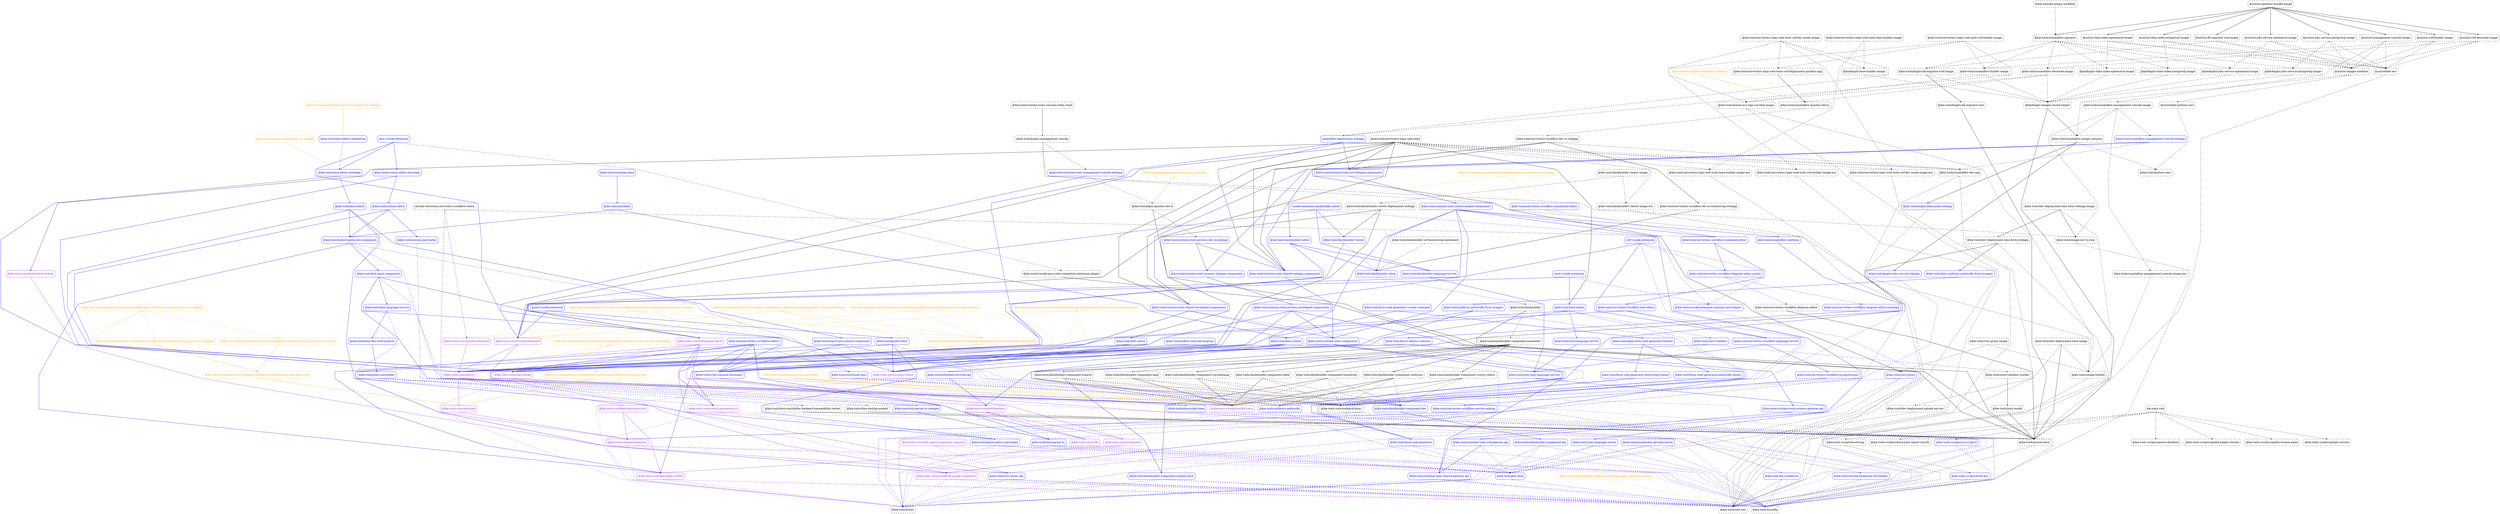
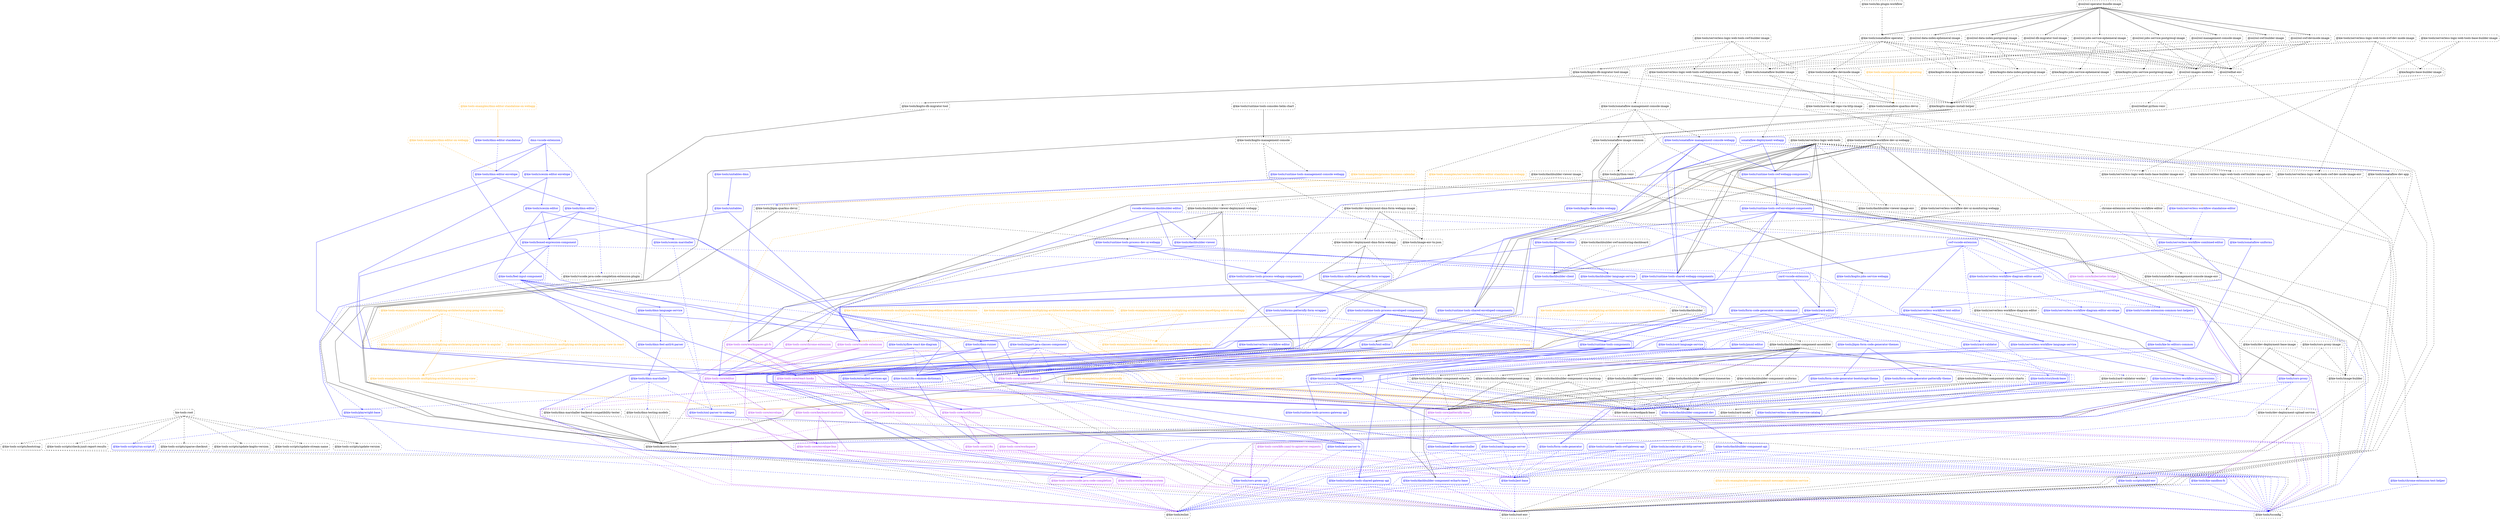
digraph G {
  graph [ ranksep =2, splines = "polyline", rankdir =TB, ordering = "out" ];
  node [ shape =box ];
  edge [ headport = "n", tailport = "s", arrowhead =dot, arrowsize =0.5 ];
  "kie-tools-root" [ color = "black", fontcolor = "black", style = "dashed, rounded" ];
  "@kie-tools-scripts/bootstrap" [ color = "black", fontcolor = "black", style = "dashed, rounded" ];
  "@kie-tools-scripts/check-junit-report-results" [ color = "black", fontcolor = "black", style = "dashed, rounded" ];
  "@kie-tools-scripts/run-script-if" [ color = "blue", fontcolor = "blue", style = "rounded" ];
  "@kie-tools-scripts/sparse-checkout" [ color = "black", fontcolor = "black", style = "dashed, rounded" ];
  "@kie-tools-scripts/update-kogito-version" [ color = "black", fontcolor = "black", style = "dashed, rounded" ];
  "@kie-tools-scripts/update-stream-name" [ color = "black", fontcolor = "black", style = "dashed, rounded" ];
  "@kie-tools-scripts/update-version" [ color = "black", fontcolor = "black", style = "dashed, rounded" ];
  "@kie-tools-examples/dmn-editor-on-webapp" [ color = "orange", fontcolor = "orange", style = "dashed, rounded" ];
  "@kie-tools/dmn-editor-envelope" [ color = "blue", fontcolor = "blue", style = "rounded" ];
  "@kie-tools-examples/dmn-editor-standalone-on-webapp" [ color = "orange", fontcolor = "orange", style = "dashed, rounded" ];
  "@kie-tools/dmn-editor-standalone" [ color = "blue", fontcolor = "blue", style = "rounded" ];
  "@kie-tools-examples/kie-sandbox-commit-message-validation-service" [ color = "orange", fontcolor = "orange", style = "dashed, rounded" ];
  "@kie-tools/root-env" [ color = "black", fontcolor = "black", style = "dashed, rounded" ];
  "@kie-tools-examples/micro-frontends-multiplying-architecture-base64png-editor" [ color = "orange", fontcolor = "orange", style = "dashed, rounded" ];
  "@kie-tools-core/editor" [ color = "purple", fontcolor = "purple", style = "rounded" ];
  "@kie-tools-examples/micro-frontends-multiplying-architecture-base64png-editor-chrome-extension" [ color = "orange", fontcolor = "orange", style = "dashed, rounded" ];
  "@kie-tools-core/chrome-extension" [ color = "purple", fontcolor = "purple", style = "rounded" ];
  "@kie-tools-core/webpack-base" [ color = "black", fontcolor = "black", style = "dashed, rounded" ];
  "@kie-tools-examples/micro-frontends-multiplying-architecture-base64png-editor-on-webapp" [ color = "orange", fontcolor = "orange", style = "dashed, rounded" ];
  "@kie-tools-core/react-hooks" [ color = "purple", fontcolor = "purple", style = "rounded" ];
  "kie-tools-examples-micro-frontends-multiplying-architecture-base64png-editor-vscode-extension" [ color = "orange", fontcolor = "orange", style = "dashed, rounded" ];
  "@kie-tools-core/vscode-extension" [ color = "purple", fontcolor = "purple", style = "rounded" ];
  "@kie-tools-examples/micro-frontends-multiplying-architecture-ping-pong-view" [ color = "orange", fontcolor = "orange", style = "dashed, rounded" ];
  "@kie-tools-core/envelope" [ color = "purple", fontcolor = "purple", style = "rounded" ];
  "@kie-tools-examples/micro-frontends-multiplying-architecture-ping-pong-view-in-angular" [ color = "orange", fontcolor = "orange", style = "dashed, rounded" ];
  "@kie-tools-examples/micro-frontends-multiplying-architecture-ping-pong-view-in-react" [ color = "orange", fontcolor = "orange", style = "dashed, rounded" ];
  "@kie-tools-examples/micro-frontends-multiplying-architecture-ping-pong-views-on-webapp" [ color = "orange", fontcolor = "orange", style = "dashed, rounded" ];
  "@kie-tools-examples/micro-frontends-multiplying-architecture-todo-list-view" [ color = "orange", fontcolor = "orange", style = "dashed, rounded" ];
  "@kie-tools-examples/micro-frontends-multiplying-architecture-todo-list-view-on-webapp" [ color = "orange", fontcolor = "orange", style = "dashed, rounded" ];
  "kie-tools-examples-micro-frontends-multiplying-architecture-todo-list-view-vscode-extension" [ color = "orange", fontcolor = "orange", style = "dashed, rounded" ];
  "@kie-tools-examples/process-business-calendar" [ color = "orange", fontcolor = "orange", style = "dashed, rounded" ];
  "@kie-tools/jbpm-quarkus-devui" [ color = "black", fontcolor = "black", style = "dashed, rounded" ];
  "@kie-tools-examples/serverless-workflow-editor-standalone-on-webapp" [ color = "orange", fontcolor = "orange", style = "dashed, rounded" ];
  "@kie-tools/serverless-workflow-standalone-editor" [ color = "blue", fontcolor = "blue", style = "rounded" ];
  "@kie-tools-examples/sonataflow-greeting" [ color = "orange", fontcolor = "orange", style = "dashed, rounded" ];
  "@kie-tools/sonataflow-quarkus-devui" [ color = "black", fontcolor = "black", style = "dashed, rounded" ];
  "@kie-tools-examples/uniforms-patternfly" [ color = "orange", fontcolor = "orange", style = "dashed, rounded" ];
  "@kie-tools-core/patternfly-base" [ color = "purple", fontcolor = "purple", style = "rounded" ];
  "@kie-tools/uniforms-patternfly" [ color = "blue", fontcolor = "blue", style = "rounded" ];
  "@kie-tools/accelerator-git-http-server" [ color = "blue", fontcolor = "blue", style = "rounded" ];
  "@kie-tools/eslint" [ color = "black", fontcolor = "black", style = "dashed, rounded" ];
  "@kie-tools/jest-base" [ color = "blue", fontcolor = "blue", style = "rounded" ];
  "@kie-tools/tsconfig" [ color = "black", fontcolor = "black", style = "dashed, rounded" ];
  "@kie-tools/boxed-expression-component" [ color = "blue", fontcolor = "blue", style = "rounded" ];
  "@kie-tools-core/operating-system" [ color = "purple", fontcolor = "purple", style = "rounded" ];
  "@kie-tools/feel-input-component" [ color = "blue", fontcolor = "blue", style = "rounded" ];
  "@kie-tools/playwright-base" [ color = "blue", fontcolor = "blue", style = "rounded" ];
  "@kie-tools/storybook-base" [ color = "blue", fontcolor = "blue", style = "rounded" ];
  "chrome-extension-serverless-workflow-editor" [ color = "black", fontcolor = "black", style = "dashed, rounded" ];
  "@kie-tools/chrome-extension-test-helper" [ color = "blue", fontcolor = "blue", style = "rounded" ];
  "@kie-tools/serverless-workflow-combined-editor" [ color = "blue", fontcolor = "blue", style = "rounded" ];
  "@kie-tools/cors-proxy" [ color = "blue", fontcolor = "blue", style = "rounded" ];
  "@kie-tools/cors-proxy-api" [ color = "blue", fontcolor = "blue", style = "rounded" ];
  "@kie-tools/cors-proxy-image" [ color = "black", fontcolor = "black", style = "dashed, rounded" ];
  "@kie-tools/image-builder" [ color = "black", fontcolor = "black", style = "dashed, rounded" ];
  "@kie-tools/dashbuilder" [ color = "black", fontcolor = "black", style = "dashed, rounded" ];
  "@kie-tools/maven-base" [ color = "black", fontcolor = "black", style = "dashed, rounded" ];
  "@kie-tools/dashbuilder-component-assembler" [ color = "black", fontcolor = "black", style = "dashed, rounded" ];
  "@kie-tools/dashbuilder-client" [ color = "blue", fontcolor = "blue", style = "rounded" ];
  "@kie-tools/dashbuilder-component-api" [ color = "blue", fontcolor = "blue", style = "rounded" ];
  "@kie-tools/dashbuilder-component-echarts" [ color = "black", fontcolor = "black", style = "dashed, rounded" ];
  "@kie-tools/dashbuilder-component-map" [ color = "black", fontcolor = "black", style = "dashed, rounded" ];
  "@kie-tools/dashbuilder-component-svg-heatmap" [ color = "black", fontcolor = "black", style = "dashed, rounded" ];
  "@kie-tools/dashbuilder-component-table" [ color = "black", fontcolor = "black", style = "dashed, rounded" ];
  "@kie-tools/dashbuilder-component-timeseries" [ color = "black", fontcolor = "black", style = "dashed, rounded" ];
  "@kie-tools/dashbuilder-component-uniforms" [ color = "black", fontcolor = "black", style = "dashed, rounded" ];
  "@kie-tools/dashbuilder-component-victory-charts" [ color = "black", fontcolor = "black", style = "dashed, rounded" ];
  "@kie-tools/dashbuilder-component-dev" [ color = "blue", fontcolor = "blue", style = "rounded" ];
  "@kie-tools/dashbuilder-component-echarts-base" [ color = "blue", fontcolor = "blue", style = "rounded" ];
  "@kie-tools/dashbuilder-editor" [ color = "blue", fontcolor = "blue", style = "rounded" ];
  "@kie-tools/dashbuilder-language-service" [ color = "blue", fontcolor = "blue", style = "rounded" ];
  "@kie-tools/json-yaml-language-service" [ color = "blue", fontcolor = "blue", style = "rounded" ];
  "@kie-tools/dashbuilder-swf-monitoring-dashboard" [ color = "black", fontcolor = "black", style = "dashed, rounded" ];
  "@kie-tools/dashbuilder-viewer" [ color = "blue", fontcolor = "blue", style = "rounded" ];
  "@kie-tools/dashbuilder-viewer-deployment-webapp" [ color = "black", fontcolor = "black", style = "dashed, rounded" ];
  "@kie-tools-core/workspaces-git-fs" [ color = "purple", fontcolor = "purple", style = "rounded" ];
  "@kie-tools/i18n-common-dictionary" [ color = "blue", fontcolor = "blue", style = "rounded" ];
  "@kie-tools/dashbuilder-viewer-image" [ color = "black", fontcolor = "black", style = "dashed, rounded" ];
  "@kie-tools/dashbuilder-viewer-image-env" [ color = "black", fontcolor = "black", style = "dashed, rounded" ];
  "@kie-tools/dev-deployment-base-image" [ color = "black", fontcolor = "black", style = "dashed, rounded" ];
  "@kie-tools/dev-deployment-upload-service" [ color = "black", fontcolor = "black", style = "dashed, rounded" ];
  "@kie-tools/dev-deployment-dmn-form-webapp" [ color = "black", fontcolor = "black", style = "dashed, rounded" ];
  "@kie-tools/dmn-uniforms-patternfly-form-wrapper" [ color = "blue", fontcolor = "blue", style = "rounded" ];
  "@kie-tools/dev-deployment-dmn-form-webapp-image" [ color = "black", fontcolor = "black", style = "dashed, rounded" ];
  "@kie-tools/image-env-to-json" [ color = "black", fontcolor = "black", style = "dashed, rounded" ];
  "@kie-tools/dmn-editor" [ color = "blue", fontcolor = "blue", style = "rounded" ];
  "@kie-tools/import-java-classes-component" [ color = "blue", fontcolor = "blue", style = "rounded" ];
  "@kie-tools/pmml-editor-marshaller" [ color = "blue", fontcolor = "blue", style = "rounded" ];
  "@kie-tools/dmn-feel-antlr4-parser" [ color = "blue", fontcolor = "blue", style = "rounded" ];
  "@kie-tools/dmn-marshaller" [ color = "blue", fontcolor = "blue", style = "rounded" ];
  "@kie-tools/dmn-language-service" [ color = "blue", fontcolor = "blue", style = "rounded" ];
  "@kie-tools-core/switch-expression-ts" [ color = "purple", fontcolor = "purple", style = "rounded" ];
  "@kie-tools/dmn-marshaller-backend-compatibility-tester" [ color = "black", fontcolor = "black", style = "dashed, rounded" ];
  "@kie-tools/dmn-testing-models" [ color = "black", fontcolor = "black", style = "dashed, rounded" ];
  "@kie-tools/xml-parser-ts-codegen" [ color = "blue", fontcolor = "blue", style = "rounded" ];
  "@kie-tools/dmn-runner" [ color = "blue", fontcolor = "blue", style = "rounded" ];
  "@kie-tools/extended-services-api" [ color = "blue", fontcolor = "blue", style = "rounded" ];
  "@kie-tools/uniforms-patternfly-form-wrapper" [ color = "blue", fontcolor = "blue", style = "rounded" ];
  "dmn-vscode-extension" [ color = "blue", fontcolor = "blue", style = "rounded" ];
  "@kie-tools/scesim-editor-envelope" [ color = "blue", fontcolor = "blue", style = "rounded" ];
  "@kie-tools/vscode-java-code-completion-extension-plugin" [ color = "black", fontcolor = "black", style = "dashed, rounded" ];
  "@kie-tools-core/keyboard-shortcuts" [ color = "purple", fontcolor = "purple", style = "rounded" ];
  "@kie-tools-core/notifications" [ color = "purple", fontcolor = "purple", style = "rounded" ];
  "@kie-tools-core/envelope-bus" [ color = "purple", fontcolor = "purple", style = "rounded" ];
  "@kie-tools-core/monaco-editor" [ color = "purple", fontcolor = "purple", style = "rounded" ];
  "@kie-tools/form-code-generator" [ color = "blue", fontcolor = "blue", style = "rounded" ];
  "@kie-tools/form-code-generator-bootstrap4-theme" [ color = "blue", fontcolor = "blue", style = "rounded" ];
  "@kie-tools/form-code-generator-patternfly-theme" [ color = "blue", fontcolor = "blue", style = "rounded" ];
  "@kie-tools/form-code-generator-vscode-command" [ color = "blue", fontcolor = "blue", style = "rounded" ];
  "@kie-tools/jbpm-form-code-generator-themes" [ color = "blue", fontcolor = "blue", style = "rounded" ];
  "@kie-tools-core/i18n" [ color = "purple", fontcolor = "purple", style = "rounded" ];
  "@kie-tools-core/vscode-java-code-completion" [ color = "purple", fontcolor = "purple", style = "rounded" ];
  "@kie-tools/runtime-tools-process-dev-ui-webapp" [ color = "blue", fontcolor = "blue", style = "rounded" ];
  "@kie-tools/yaml-language-server" [ color = "blue", fontcolor = "blue", style = "rounded" ];
  "@kie-tools-core/k8s-yaml-to-apiserver-requests" [ color = "purple", fontcolor = "purple", style = "rounded" ];
  "@kie-tools/kie-bc-editors-common" [ color = "blue", fontcolor = "blue", style = "rounded" ];
  "@kie-tools/kie-sandbox-fs" [ color = "blue", fontcolor = "blue", style = "rounded" ];
  "@kie-tools/kn-plugin-workflow" [ color = "black", fontcolor = "black", style = "dashed, rounded" ];
  "@kie-tools/sonataflow-operator" [ color = "black", fontcolor = "black", style = "dashed, rounded" ];
  "@kie/kogito-base-builder-image" [ color = "black", fontcolor = "black", style = "dashed, rounded" ];
  "@kie/kogito-images-install-helper" [ color = "black", fontcolor = "black", style = "dashed, rounded" ];
  "@kie/kogito-data-index-ephemeral-image" [ color = "black", fontcolor = "black", style = "dashed, rounded" ];
  "@kie/kogito-data-index-postgresql-image" [ color = "black", fontcolor = "black", style = "dashed, rounded" ];
  "@kie-tools/kogito-data-index-webapp" [ color = "blue", fontcolor = "blue", style = "rounded" ];
  "@kie-tools/kogito-db-migrator-tool" [ color = "black", fontcolor = "black", style = "dashed, rounded" ];
  "@kie-tools/kogito-db-migrator-tool-image" [ color = "black", fontcolor = "black", style = "dashed, rounded" ];
  "@kie-tools/sonataflow-image-common" [ color = "black", fontcolor = "black", style = "dashed, rounded" ];
  "@kie/kogito-jobs-service-ephemeral-image" [ color = "black", fontcolor = "black", style = "dashed, rounded" ];
  "@kie/kogito-jobs-service-postgresql-image" [ color = "black", fontcolor = "black", style = "dashed, rounded" ];
  "@kie-tools/kogito-jobs-service-webapp" [ color = "blue", fontcolor = "blue", style = "rounded" ];
  "@kie-tools/kogito-management-console" [ color = "black", fontcolor = "black", style = "dashed, rounded" ];
  "@kie-tools/runtime-tools-management-console-webapp" [ color = "blue", fontcolor = "blue", style = "rounded" ];
  "@kie-tools-core/kubernetes-bridge" [ color = "purple", fontcolor = "purple", style = "rounded" ];
  "@kie-tools/maven-m2-repo-via-http-image" [ color = "black", fontcolor = "black", style = "dashed, rounded" ];
  "@kie-tools-core/workspace" [ color = "purple", fontcolor = "purple", style = "rounded" ];
  "@osl/osl-data-index-ephemeral-image" [ color = "black", fontcolor = "black", style = "dashed, rounded" ];
  "@osl/osl-images-modules" [ color = "black", fontcolor = "black", style = "dashed, rounded" ];
  "@osl/redhat-env" [ color = "black", fontcolor = "black", style = "dashed, rounded" ];
  "@osl/osl-data-index-postgresql-image" [ color = "black", fontcolor = "black", style = "dashed, rounded" ];
  "@osl/osl-db-migrator-tool-image" [ color = "black", fontcolor = "black", style = "dashed, rounded" ];
  "@osl/redhat-python-venv" [ color = "black", fontcolor = "black", style = "dashed, rounded" ];
  "@osl/osl-jobs-service-ephemeral-image" [ color = "black", fontcolor = "black", style = "dashed, rounded" ];
  "@osl/osl-jobs-service-postgresql-image" [ color = "black", fontcolor = "black", style = "dashed, rounded" ];
  "@osl/osl-management-console-image" [ color = "black", fontcolor = "black", style = "dashed, rounded" ];
  "@kie-tools/sonataflow-management-console-image" [ color = "black", fontcolor = "black", style = "dashed, rounded" ];
  "@osl/osl-operator-bundle-image" [ color = "black", fontcolor = "black", style = "dashed, rounded" ];
  "@osl/osl-swf-builder-image" [ color = "black", fontcolor = "black", style = "dashed, rounded" ];
  "@osl/osl-swf-devmode-image" [ color = "black", fontcolor = "black", style = "dashed, rounded" ];
  "@kie-tools/sonataflow-builder-image" [ color = "black", fontcolor = "black", style = "dashed, rounded" ];
  "@kie-tools/sonataflow-devmode-image" [ color = "black", fontcolor = "black", style = "dashed, rounded" ];
  "@kie-tools/pmml-editor" [ color = "blue", fontcolor = "blue", style = "rounded" ];
-   "pmml-vscode-extension" [ color = "blue", fontcolor = "blue", style = "rounded" ];
  "@kie-tools/python-venv" [ color = "black", fontcolor = "black", style = "dashed, rounded" ];
  "@kie-tools/runtime-tools-components" [ color = "blue", fontcolor = "blue", style = "rounded" ];
  "@kie-tools/runtime-tools-shared-gateway-api" [ color = "blue", fontcolor = "blue", style = "rounded" ];
  "@kie-tools/runtime-tools-consoles-helm-chart" [ color = "black", fontcolor = "black", style = "dashed, rounded" ];
  "@kie-tools/runtime-tools-process-webapp-components" [ color = "blue", fontcolor = "blue", style = "rounded" ];
  "@kie-tools/runtime-tools-shared-webapp-components" [ color = "blue", fontcolor = "blue", style = "rounded" ];
  "@kie-tools/runtime-tools-process-enveloped-components" [ color = "blue", fontcolor = "blue", style = "rounded" ];
  "@kie-tools/runtime-tools-process-gateway-api" [ color = "blue", fontcolor = "blue", style = "rounded" ];
  "@kie-tools/runtime-tools-shared-enveloped-components" [ color = "blue", fontcolor = "blue", style = "rounded" ];
  "@kie-tools/runtime-tools-swf-enveloped-components" [ color = "blue", fontcolor = "blue", style = "rounded" ];
  "@kie-tools/runtime-tools-swf-gateway-api" [ color = "blue", fontcolor = "blue", style = "rounded" ];
  "@kie-tools/sonataflow-uniforms" [ color = "blue", fontcolor = "blue", style = "rounded" ];
  "@kie-tools/runtime-tools-swf-webapp-components" [ color = "blue", fontcolor = "blue", style = "rounded" ];
  "@kie-tools/scesim-editor" [ color = "blue", fontcolor = "blue", style = "rounded" ];
  "@kie-tools/scesim-marshaller" [ color = "blue", fontcolor = "blue", style = "rounded" ];
  "@kie-tools/serverless-logic-web-tools" [ color = "black", fontcolor = "black", style = "dashed, rounded" ];
  "@kie-tools/text-editor" [ color = "blue", fontcolor = "blue", style = "rounded" ];
  "@kie-tools/yard-editor" [ color = "blue", fontcolor = "blue", style = "rounded" ];
  "@kie-tools/serverless-logic-web-tools-base-builder-image-env" [ color = "black", fontcolor = "black", style = "dashed, rounded" ];
  "@kie-tools/serverless-logic-web-tools-swf-builder-image-env" [ color = "black", fontcolor = "black", style = "dashed, rounded" ];
  "@kie-tools/serverless-logic-web-tools-swf-dev-mode-image-env" [ color = "black", fontcolor = "black", style = "dashed, rounded" ];
  "@kie-tools/sonataflow-dev-app" [ color = "black", fontcolor = "black", style = "dashed, rounded" ];
  "@kie-tools/serverless-logic-web-tools-base-builder-image" [ color = "black", fontcolor = "black", style = "dashed, rounded" ];
  "@kie-tools/serverless-logic-web-tools-swf-builder-image" [ color = "black", fontcolor = "black", style = "dashed, rounded" ];
  "@kie-tools/serverless-logic-web-tools-swf-deployment-quarkus-app" [ color = "black", fontcolor = "black", style = "dashed, rounded" ];
  "sonataflow-deployment-webapp" [ color = "blue", fontcolor = "blue", style = "rounded" ];
  "@kie-tools/serverless-logic-web-tools-swf-dev-mode-image" [ color = "black", fontcolor = "black", style = "dashed, rounded" ];
  "@kie-tools/serverless-workflow-diagram-editor-assets" [ color = "blue", fontcolor = "blue", style = "rounded" ];
  "@kie-tools/serverless-workflow-text-editor" [ color = "blue", fontcolor = "blue", style = "rounded" ];
  "@kie-tools/serverless-workflow-dev-ui-monitoring-webapp" [ color = "black", fontcolor = "black", style = "dashed, rounded" ];
  "@kie-tools/serverless-workflow-dev-ui-webapp" [ color = "black", fontcolor = "black", style = "dashed, rounded" ];
  "@kie-tools/serverless-workflow-diagram-editor" [ color = "black", fontcolor = "black", style = "dashed, rounded" ];
  "@kie-tools/serverless-workflow-diagram-editor-envelope" [ color = "blue", fontcolor = "blue", style = "rounded" ];
  "@kie-tools/serverless-workflow-editor" [ color = "blue", fontcolor = "blue", style = "rounded" ];
  "@kie-tools/xml-parser-ts" [ color = "blue", fontcolor = "blue", style = "rounded" ];
  "@kie-tools/serverless-workflow-jq-expressions" [ color = "blue", fontcolor = "blue", style = "rounded" ];
  "@kie-tools/serverless-workflow-service-catalog" [ color = "blue", fontcolor = "blue", style = "rounded" ];
  "@kie-tools/serverless-workflow-language-service" [ color = "blue", fontcolor = "blue", style = "rounded" ];
  "swf-vscode-extension" [ color = "blue", fontcolor = "blue", style = "rounded" ];
  "@kie-tools/vscode-extension-common-test-helpers" [ color = "blue", fontcolor = "blue", style = "rounded" ];
  "@kie-tools/sonataflow-management-console-image-env" [ color = "black", fontcolor = "black", style = "dashed, rounded" ];
  "@kie-tools/sonataflow-management-console-webapp" [ color = "blue", fontcolor = "blue", style = "rounded" ];
  "@kie-tools/unitables" [ color = "blue", fontcolor = "blue", style = "rounded" ];
  "@kie-tools/unitables-dmn" [ color = "blue", fontcolor = "blue", style = "rounded" ];
  "vscode-extension-dashbuilder-editor" [ color = "blue", fontcolor = "blue", style = "rounded" ];
  "@kie-tools/xyflow-react-kie-diagram" [ color = "blue", fontcolor = "blue", style = "rounded" ];
  "@kie-tools/yard-language-service" [ color = "blue", fontcolor = "blue", style = "rounded" ];
  "@kie-tools/yard-validator" [ color = "blue", fontcolor = "blue", style = "rounded" ];
  "@kie-tools/yard-model" [ color = "black", fontcolor = "black", style = "dashed, rounded" ];
  "@kie-tools/yard-validator-worker" [ color = "black", fontcolor = "black", style = "dashed, rounded" ];
  "yard-vscode-extension" [ color = "blue", fontcolor = "blue", style = "rounded" ];
  "@kie-tools-scripts/build-env" [ color = "blue", fontcolor = "blue", style = "rounded" ];
  "kie-tools-root" -> "@kie-tools-scripts/bootstrap" [ style = "dashed", color = "black" ];
  "kie-tools-root" -> "@kie-tools-scripts/check-junit-report-results" [ style = "dashed", color = "black" ];
  "kie-tools-root" -> "@kie-tools-scripts/run-script-if" [ style = "dashed", color = "black" ];
  "kie-tools-root" -> "@kie-tools-scripts/sparse-checkout" [ style = "dashed", color = "black" ];
  "kie-tools-root" -> "@kie-tools-scripts/update-kogito-version" [ style = "dashed", color = "black" ];
  "kie-tools-root" -> "@kie-tools-scripts/update-stream-name" [ style = "dashed", color = "black" ];
  "kie-tools-root" -> "@kie-tools-scripts/update-version" [ style = "dashed", color = "black" ];
  "@kie-tools-examples/dmn-editor-on-webapp" -> "@kie-tools/dmn-editor-envelope" [ style = "dashed", color = "orange" ];
  "@kie-tools-examples/dmn-editor-standalone-on-webapp" -> "@kie-tools/dmn-editor-standalone" [ style = "solid", color = "orange" ];
  "@kie-tools-examples/kie-sandbox-commit-message-validation-service" -> "@kie-tools/root-env" [ style = "dashed", color = "orange" ];
  "@kie-tools-examples/micro-frontends-multiplying-architecture-base64png-editor" -> "@kie-tools-core/editor" [ style = "solid", color = "orange" ];
  "@kie-tools-examples/micro-frontends-multiplying-architecture-base64png-editor-chrome-extension" -> "@kie-tools-core/chrome-extension" [ style = "dashed", color = "orange" ];
  "@kie-tools-examples/micro-frontends-multiplying-architecture-base64png-editor-chrome-extension" -> "@kie-tools-core/webpack-base" [ style = "dashed", color = "orange" ];
  "@kie-tools-examples/micro-frontends-multiplying-architecture-base64png-editor-chrome-extension" -> "@kie-tools-examples/micro-frontends-multiplying-architecture-base64png-editor" [ style = "dashed", color = "orange" ];
  "@kie-tools-examples/micro-frontends-multiplying-architecture-base64png-editor-on-webapp" -> "@kie-tools-core/react-hooks" [ style = "dashed", color = "orange" ];
  "@kie-tools-examples/micro-frontends-multiplying-architecture-base64png-editor-on-webapp" -> "@kie-tools-core/webpack-base" [ style = "dashed", color = "orange" ];
  "@kie-tools-examples/micro-frontends-multiplying-architecture-base64png-editor-on-webapp" -> "@kie-tools-examples/micro-frontends-multiplying-architecture-base64png-editor" [ style = "dashed", color = "orange" ];
  "kie-tools-examples-micro-frontends-multiplying-architecture-base64png-editor-vscode-extension" -> "@kie-tools-core/vscode-extension" [ style = "dashed", color = "orange" ];
  "kie-tools-examples-micro-frontends-multiplying-architecture-base64png-editor-vscode-extension" -> "@kie-tools-core/webpack-base" [ style = "dashed", color = "orange" ];
  "kie-tools-examples-micro-frontends-multiplying-architecture-base64png-editor-vscode-extension" -> "@kie-tools-examples/micro-frontends-multiplying-architecture-base64png-editor" [ style = "dashed", color = "orange" ];
  "@kie-tools-examples/micro-frontends-multiplying-architecture-ping-pong-view" -> "@kie-tools-core/envelope" [ style = "solid", color = "orange" ];
  "@kie-tools-examples/micro-frontends-multiplying-architecture-ping-pong-view-in-angular" -> "@kie-tools-examples/micro-frontends-multiplying-architecture-ping-pong-view" [ style = "solid", color = "orange" ];
  "@kie-tools-examples/micro-frontends-multiplying-architecture-ping-pong-view-in-react" -> "@kie-tools-examples/micro-frontends-multiplying-architecture-ping-pong-view" [ style = "solid", color = "orange" ];
  "@kie-tools-examples/micro-frontends-multiplying-architecture-ping-pong-views-on-webapp" -> "@kie-tools-core/editor" [ style = "dashed", color = "orange" ];
  "@kie-tools-examples/micro-frontends-multiplying-architecture-ping-pong-views-on-webapp" -> "@kie-tools-core/react-hooks" [ style = "dashed", color = "orange" ];
  "@kie-tools-examples/micro-frontends-multiplying-architecture-ping-pong-views-on-webapp" -> "@kie-tools-core/webpack-base" [ style = "dashed", color = "orange" ];
  "@kie-tools-examples/micro-frontends-multiplying-architecture-ping-pong-views-on-webapp" -> "@kie-tools-examples/micro-frontends-multiplying-architecture-ping-pong-view-in-angular" [ style = "dashed", color = "orange" ];
  "@kie-tools-examples/micro-frontends-multiplying-architecture-ping-pong-views-on-webapp" -> "@kie-tools-examples/micro-frontends-multiplying-architecture-ping-pong-view-in-react" [ style = "dashed", color = "orange" ];
  "@kie-tools-examples/micro-frontends-multiplying-architecture-todo-list-view" -> "@kie-tools-core/envelope" [ style = "solid", color = "orange" ];
  "@kie-tools-examples/micro-frontends-multiplying-architecture-todo-list-view-on-webapp" -> "@kie-tools-core/editor" [ style = "dashed", color = "orange" ];
  "@kie-tools-examples/micro-frontends-multiplying-architecture-todo-list-view-on-webapp" -> "@kie-tools-core/react-hooks" [ style = "dashed", color = "orange" ];
  "@kie-tools-examples/micro-frontends-multiplying-architecture-todo-list-view-on-webapp" -> "@kie-tools-core/webpack-base" [ style = "dashed", color = "orange" ];
  "@kie-tools-examples/micro-frontends-multiplying-architecture-todo-list-view-on-webapp" -> "@kie-tools-examples/micro-frontends-multiplying-architecture-todo-list-view" [ style = "dashed", color = "orange" ];
  "kie-tools-examples-micro-frontends-multiplying-architecture-todo-list-view-vscode-extension" -> "@kie-tools-core/vscode-extension" [ style = "dashed", color = "orange" ];
  "kie-tools-examples-micro-frontends-multiplying-architecture-todo-list-view-vscode-extension" -> "@kie-tools-core/webpack-base" [ style = "dashed", color = "orange" ];
  "kie-tools-examples-micro-frontends-multiplying-architecture-todo-list-view-vscode-extension" -> "@kie-tools-examples/micro-frontends-multiplying-architecture-todo-list-view" [ style = "dashed", color = "orange" ];
  "@kie-tools-examples/process-business-calendar" -> "@kie-tools/jbpm-quarkus-devui" [ style = "solid", color = "orange" ];
  "@kie-tools-examples/serverless-workflow-editor-standalone-on-webapp" -> "@kie-tools-core/react-hooks" [ style = "dashed", color = "orange" ];
  "@kie-tools-examples/serverless-workflow-editor-standalone-on-webapp" -> "@kie-tools/serverless-workflow-standalone-editor" [ style = "dashed", color = "orange" ];
  "@kie-tools-examples/sonataflow-greeting" -> "@kie-tools/sonataflow-quarkus-devui" [ style = "solid", color = "orange" ];
  "@kie-tools-examples/uniforms-patternfly" -> "@kie-tools-core/patternfly-base" [ style = "solid", color = "orange" ];
  "@kie-tools-examples/uniforms-patternfly" -> "@kie-tools/uniforms-patternfly" [ style = "solid", color = "orange" ];
  "@kie-tools-examples/uniforms-patternfly" -> "@kie-tools-core/webpack-base" [ style = "dashed", color = "orange" ];
  "@kie-tools/accelerator-git-http-server" -> "@kie-tools/eslint" [ style = "dashed", color = "blue" ];
  "@kie-tools/accelerator-git-http-server" -> "@kie-tools/jest-base" [ style = "dashed", color = "blue" ];
  "@kie-tools/accelerator-git-http-server" -> "@kie-tools/tsconfig" [ style = "dashed", color = "blue" ];
  "@kie-tools/boxed-expression-component" -> "@kie-tools-core/operating-system" [ style = "solid", color = "blue" ];
  "@kie-tools/boxed-expression-component" -> "@kie-tools/feel-input-component" [ style = "solid", color = "blue" ];
  "@kie-tools/boxed-expression-component" -> "@kie-tools/playwright-base" [ style = "dashed", color = "blue" ];
  "@kie-tools/boxed-expression-component" -> "@kie-tools/storybook-base" [ style = "dashed", color = "blue" ];
  "@kie-tools-core/chrome-extension" -> "@kie-tools-core/editor" [ style = "solid", color = "purple" ];
  "chrome-extension-serverless-workflow-editor" -> "@kie-tools-core/chrome-extension" [ style = "dashed", color = "black" ];
  "chrome-extension-serverless-workflow-editor" -> "@kie-tools/chrome-extension-test-helper" [ style = "dashed", color = "black" ];
  "chrome-extension-serverless-workflow-editor" -> "@kie-tools/serverless-workflow-combined-editor" [ style = "dashed", color = "black" ];
  "@kie-tools/chrome-extension-test-helper" -> "@kie-tools/tsconfig" [ style = "dashed", color = "blue" ];
  "@kie-tools/cors-proxy" -> "@kie-tools-core/webpack-base" [ style = "dashed", color = "blue" ];
  "@kie-tools/cors-proxy" -> "@kie-tools/cors-proxy-api" [ style = "dashed", color = "blue" ];
  "@kie-tools/cors-proxy" -> "@kie-tools/jest-base" [ style = "dashed", color = "blue" ];
  "@kie-tools/cors-proxy-api" -> "@kie-tools/eslint" [ style = "dashed", color = "blue" ];
  "@kie-tools/cors-proxy-api" -> "@kie-tools/root-env" [ style = "dashed", color = "blue" ];
  "@kie-tools/cors-proxy-api" -> "@kie-tools/tsconfig" [ style = "dashed", color = "blue" ];
  "@kie-tools/cors-proxy-image" -> "@kie-tools/cors-proxy" [ style = "dashed", color = "black" ];
  "@kie-tools/cors-proxy-image" -> "@kie-tools/image-builder" [ style = "dashed", color = "black" ];
  "@kie-tools/dashbuilder" -> "@kie-tools/maven-base" [ style = "solid", color = "black" ];
  "@kie-tools/dashbuilder" -> "@kie-tools/dashbuilder-component-assembler" [ style = "dashed", color = "black" ];
  "@kie-tools/dashbuilder-client" -> "@kie-tools/dashbuilder" [ style = "dashed", color = "blue" ];
  "@kie-tools/dashbuilder-component-api" -> "@kie-tools/eslint" [ style = "dashed", color = "blue" ];
  "@kie-tools/dashbuilder-component-api" -> "@kie-tools/jest-base" [ style = "dashed", color = "blue" ];
  "@kie-tools/dashbuilder-component-api" -> "@kie-tools/tsconfig" [ style = "dashed", color = "blue" ];
  "@kie-tools/dashbuilder-component-assembler" -> "@kie-tools/dashbuilder-component-echarts" [ style = "solid", color = "black" ];
  "@kie-tools/dashbuilder-component-assembler" -> "@kie-tools/dashbuilder-component-map" [ style = "solid", color = "black" ];
  "@kie-tools/dashbuilder-component-assembler" -> "@kie-tools/dashbuilder-component-svg-heatmap" [ style = "solid", color = "black" ];
  "@kie-tools/dashbuilder-component-assembler" -> "@kie-tools/dashbuilder-component-table" [ style = "solid", color = "black" ];
  "@kie-tools/dashbuilder-component-assembler" -> "@kie-tools/dashbuilder-component-timeseries" [ style = "solid", color = "black" ];
  "@kie-tools/dashbuilder-component-assembler" -> "@kie-tools/dashbuilder-component-uniforms" [ style = "solid", color = "black" ];
  "@kie-tools/dashbuilder-component-assembler" -> "@kie-tools/dashbuilder-component-victory-charts" [ style = "solid", color = "black" ];
  "@kie-tools/dashbuilder-component-dev" -> "@kie-tools/dashbuilder-component-api" [ style = "solid", color = "blue" ];
  "@kie-tools/dashbuilder-component-echarts" -> "@kie-tools/dashbuilder-component-echarts-base" [ style = "solid", color = "black" ];
  "@kie-tools/dashbuilder-component-echarts" -> "@kie-tools-core/patternfly-base" [ style = "dashed", color = "black" ];
  "@kie-tools/dashbuilder-component-echarts" -> "@kie-tools-core/webpack-base" [ style = "dashed", color = "black" ];
  "@kie-tools/dashbuilder-component-echarts" -> "@kie-tools/dashbuilder-component-dev" [ style = "dashed", color = "black" ];
  "@kie-tools/dashbuilder-component-echarts-base" -> "@kie-tools/eslint" [ style = "dashed", color = "blue" ];
  "@kie-tools/dashbuilder-component-echarts-base" -> "@kie-tools/root-env" [ style = "dashed", color = "blue" ];
  "@kie-tools/dashbuilder-component-echarts-base" -> "@kie-tools/tsconfig" [ style = "dashed", color = "blue" ];
  "@kie-tools/dashbuilder-component-map" -> "@kie-tools-core/patternfly-base" [ style = "solid", color = "black" ];
  "@kie-tools/dashbuilder-component-map" -> "@kie-tools-core/webpack-base" [ style = "dashed", color = "black" ];
  "@kie-tools/dashbuilder-component-map" -> "@kie-tools/dashbuilder-component-dev" [ style = "dashed", color = "black" ];
  "@kie-tools/dashbuilder-component-svg-heatmap" -> "@kie-tools-core/patternfly-base" [ style = "solid", color = "black" ];
  "@kie-tools/dashbuilder-component-svg-heatmap" -> "@kie-tools-core/webpack-base" [ style = "dashed", color = "black" ];
  "@kie-tools/dashbuilder-component-svg-heatmap" -> "@kie-tools/dashbuilder-component-dev" [ style = "dashed", color = "black" ];
  "@kie-tools/dashbuilder-component-table" -> "@kie-tools-core/patternfly-base" [ style = "solid", color = "black" ];
  "@kie-tools/dashbuilder-component-table" -> "@kie-tools-core/webpack-base" [ style = "dashed", color = "black" ];
  "@kie-tools/dashbuilder-component-table" -> "@kie-tools/dashbuilder-component-dev" [ style = "dashed", color = "black" ];
  "@kie-tools/dashbuilder-component-timeseries" -> "@kie-tools/dashbuilder-component-echarts-base" [ style = "solid", color = "black" ];
  "@kie-tools/dashbuilder-component-timeseries" -> "@kie-tools-core/patternfly-base" [ style = "dashed", color = "black" ];
  "@kie-tools/dashbuilder-component-timeseries" -> "@kie-tools-core/webpack-base" [ style = "dashed", color = "black" ];
  "@kie-tools/dashbuilder-component-timeseries" -> "@kie-tools/dashbuilder-component-dev" [ style = "dashed", color = "black" ];
  "@kie-tools/dashbuilder-component-uniforms" -> "@kie-tools-core/patternfly-base" [ style = "solid", color = "black" ];
  "@kie-tools/dashbuilder-component-uniforms" -> "@kie-tools/uniforms-patternfly" [ style = "solid", color = "black" ];
  "@kie-tools/dashbuilder-component-uniforms" -> "@kie-tools-core/webpack-base" [ style = "dashed", color = "black" ];
  "@kie-tools/dashbuilder-component-uniforms" -> "@kie-tools/dashbuilder-component-dev" [ style = "dashed", color = "black" ];
  "@kie-tools/dashbuilder-component-victory-charts" -> "@kie-tools-core/patternfly-base" [ style = "solid", color = "black" ];
  "@kie-tools/dashbuilder-component-victory-charts" -> "@kie-tools-core/webpack-base" [ style = "dashed", color = "black" ];
  "@kie-tools/dashbuilder-component-victory-charts" -> "@kie-tools/dashbuilder-component-dev" [ style = "dashed", color = "black" ];
  "@kie-tools/dashbuilder-editor" -> "@kie-tools-core/editor" [ style = "solid", color = "blue" ];
  "@kie-tools/dashbuilder-editor" -> "@kie-tools/dashbuilder-client" [ style = "solid", color = "blue" ];
  "@kie-tools/dashbuilder-editor" -> "@kie-tools/dashbuilder-language-service" [ style = "solid", color = "blue" ];
  "@kie-tools/dashbuilder-language-service" -> "@kie-tools/json-yaml-language-service" [ style = "solid", color = "blue" ];
  "@kie-tools/dashbuilder-swf-monitoring-dashboard" -> "@kie-tools/dashbuilder-client" [ style = "dashed", color = "black" ];
  "@kie-tools/dashbuilder-viewer" -> "@kie-tools-core/editor" [ style = "solid", color = "blue" ];
  "@kie-tools/dashbuilder-viewer" -> "@kie-tools/dashbuilder-client" [ style = "dashed", color = "blue" ];
  "@kie-tools/dashbuilder-viewer-deployment-webapp" -> "@kie-tools-core/workspaces-git-fs" [ style = "solid", color = "black" ];
  "@kie-tools/dashbuilder-viewer-deployment-webapp" -> "@kie-tools/dashbuilder-viewer" [ style = "solid", color = "black" ];
  "@kie-tools/dashbuilder-viewer-deployment-webapp" -> "@kie-tools/i18n-common-dictionary" [ style = "solid", color = "black" ];
  "@kie-tools/dashbuilder-viewer-image" -> "@kie-tools/dashbuilder-viewer-deployment-webapp" [ style = "dashed", color = "black" ];
  "@kie-tools/dashbuilder-viewer-image" -> "@kie-tools/dashbuilder-viewer-image-env" [ style = "dashed", color = "black" ];
  "@kie-tools/dashbuilder-viewer-image-env" -> "@kie-tools/root-env" [ style = "dashed", color = "black" ];
  "@kie-tools/dev-deployment-base-image" -> "@kie-tools/maven-base" [ style = "solid", color = "black" ];
  "@kie-tools/dev-deployment-base-image" -> "@kie-tools/dev-deployment-upload-service" [ style = "dashed", color = "black" ];
  "@kie-tools/dev-deployment-base-image" -> "@kie-tools/image-builder" [ style = "dashed", color = "black" ];
  "@kie-tools/dev-deployment-dmn-form-webapp" -> "@kie-tools-core/patternfly-base" [ style = "solid", color = "black" ];
  "@kie-tools/dev-deployment-dmn-form-webapp" -> "@kie-tools/dmn-uniforms-patternfly-form-wrapper" [ style = "solid", color = "black" ];
  "@kie-tools/dev-deployment-dmn-form-webapp" -> "@kie-tools/maven-base" [ style = "dashed", color = "black" ];
  "@kie-tools/dev-deployment-dmn-form-webapp-image" -> "@kie-tools/dev-deployment-dmn-form-webapp" [ style = "solid", color = "black" ];
  "@kie-tools/dev-deployment-dmn-form-webapp-image" -> "@kie-tools/image-env-to-json" [ style = "solid", color = "black" ];
  "@kie-tools/dev-deployment-dmn-form-webapp-image" -> "@kie-tools/image-builder" [ style = "dashed", color = "black" ];
  "@kie-tools/dev-deployment-upload-service" -> "@kie-tools/jest-base" [ style = "dashed", color = "black" ];
  "@kie-tools/dmn-editor" -> "@kie-tools-core/react-hooks" [ style = "solid", color = "blue" ];
  "@kie-tools/dmn-editor" -> "@kie-tools/boxed-expression-component" [ style = "solid", color = "blue" ];
  "@kie-tools/dmn-editor" -> "@kie-tools/import-java-classes-component" [ style = "solid", color = "blue" ];
  "@kie-tools/dmn-editor" -> "@kie-tools/pmml-editor-marshaller" [ style = "solid", color = "blue" ];
  "@kie-tools/dmn-editor-envelope" -> "@kie-tools-core/editor" [ style = "solid", color = "blue" ];
  "@kie-tools/dmn-editor-envelope" -> "@kie-tools/dmn-editor" [ style = "solid", color = "blue" ];
  "@kie-tools/dmn-editor-standalone" -> "@kie-tools/dmn-editor-envelope" [ style = "dashed", color = "blue" ];
  "@kie-tools/dmn-feel-antlr4-parser" -> "@kie-tools/dmn-marshaller" [ style = "solid", color = "blue" ];
  "@kie-tools/dmn-language-service" -> "@kie-tools/dmn-feel-antlr4-parser" [ style = "solid", color = "blue" ];
  "@kie-tools/dmn-language-service" -> "@kie-tools-core/switch-expression-ts" [ style = "dashed", color = "blue" ];
  "@kie-tools/dmn-marshaller" -> "@kie-tools/dmn-marshaller-backend-compatibility-tester" [ style = "dashed", color = "blue" ];
  "@kie-tools/dmn-marshaller" -> "@kie-tools/dmn-testing-models" [ style = "dashed", color = "blue" ];
  "@kie-tools/dmn-marshaller" -> "@kie-tools/xml-parser-ts-codegen" [ style = "dashed", color = "blue" ];
  "@kie-tools/dmn-marshaller-backend-compatibility-tester" -> "@kie-tools/maven-base" [ style = "solid", color = "black" ];
  "@kie-tools/dmn-marshaller-backend-compatibility-tester" -> "@kie-tools/tsconfig" [ style = "dashed", color = "black" ];
  "@kie-tools/dmn-runner" -> "@kie-tools-core/react-hooks" [ style = "solid", color = "blue" ];
  "@kie-tools/dmn-runner" -> "@kie-tools/extended-services-api" [ style = "solid", color = "blue" ];
  "@kie-tools/dmn-runner" -> "@kie-tools/uniforms-patternfly" [ style = "solid", color = "blue" ];
  "@kie-tools/dmn-testing-models" -> "@kie-tools/maven-base" [ style = "solid", color = "black" ];
  "@kie-tools/dmn-uniforms-patternfly-form-wrapper" -> "@kie-tools/uniforms-patternfly-form-wrapper" [ style = "solid", color = "blue" ];
  "dmn-vscode-extension" -> "@kie-tools-core/vscode-extension" [ style = "solid", color = "blue" ];
  "dmn-vscode-extension" -> "@kie-tools/dmn-editor-envelope" [ style = "solid", color = "blue" ];
  "dmn-vscode-extension" -> "@kie-tools/scesim-editor-envelope" [ style = "solid", color = "blue" ];
  "dmn-vscode-extension" -> "@kie-tools/vscode-java-code-completion-extension-plugin" [ style = "dashed", color = "blue" ];
  "@kie-tools-core/editor" -> "@kie-tools-core/envelope" [ style = "solid", color = "purple" ];
  "@kie-tools-core/editor" -> "@kie-tools-core/keyboard-shortcuts" [ style = "solid", color = "purple" ];
  "@kie-tools-core/editor" -> "@kie-tools-core/notifications" [ style = "solid", color = "purple" ];
  "@kie-tools-core/editor" -> "@kie-tools-core/patternfly-base" [ style = "solid", color = "purple" ];
  "@kie-tools-core/envelope" -> "@kie-tools-core/envelope-bus" [ style = "solid", color = "purple" ];
  "@kie-tools-core/envelope-bus" -> "@kie-tools/eslint" [ style = "dashed", color = "purple" ];
  "@kie-tools-core/envelope-bus" -> "@kie-tools/jest-base" [ style = "dashed", color = "purple" ];
  "@kie-tools-core/envelope-bus" -> "@kie-tools/tsconfig" [ style = "dashed", color = "purple" ];
  "@kie-tools/extended-services-api" -> "@kie-tools-core/notifications" [ style = "solid", color = "blue" ];
  "@kie-tools/feel-input-component" -> "@kie-tools-core/monaco-editor" [ style = "solid", color = "blue" ];
  "@kie-tools/feel-input-component" -> "@kie-tools-core/patternfly-base" [ style = "solid", color = "blue" ];
  "@kie-tools/feel-input-component" -> "@kie-tools/dmn-language-service" [ style = "solid", color = "blue" ];
  "@kie-tools/feel-input-component" -> "@kie-tools/i18n-common-dictionary" [ style = "solid", color = "blue" ];
  "@kie-tools/feel-input-component" -> "@kie-tools-core/webpack-base" [ style = "dashed", color = "blue" ];
  "@kie-tools/form-code-generator" -> "@kie-tools/eslint" [ style = "dashed", color = "blue" ];
  "@kie-tools/form-code-generator" -> "@kie-tools/jest-base" [ style = "dashed", color = "blue" ];
  "@kie-tools/form-code-generator" -> "@kie-tools/tsconfig" [ style = "dashed", color = "blue" ];
  "@kie-tools/form-code-generator-bootstrap4-theme" -> "@kie-tools/form-code-generator" [ style = "solid", color = "blue" ];
  "@kie-tools/form-code-generator-bootstrap4-theme" -> "@kie-tools-core/webpack-base" [ style = "dashed", color = "blue" ];
  "@kie-tools/form-code-generator-patternfly-theme" -> "@kie-tools/form-code-generator" [ style = "solid", color = "blue" ];
  "@kie-tools/form-code-generator-patternfly-theme" -> "@kie-tools-core/webpack-base" [ style = "dashed", color = "blue" ];
  "@kie-tools/form-code-generator-vscode-command" -> "@kie-tools/i18n-common-dictionary" [ style = "solid", color = "blue" ];
  "@kie-tools/form-code-generator-vscode-command" -> "@kie-tools/jbpm-form-code-generator-themes" [ style = "solid", color = "blue" ];
  "@kie-tools-core/i18n" -> "@kie-tools/eslint" [ style = "dashed", color = "purple" ];
  "@kie-tools-core/i18n" -> "@kie-tools/jest-base" [ style = "dashed", color = "purple" ];
  "@kie-tools-core/i18n" -> "@kie-tools/tsconfig" [ style = "dashed", color = "purple" ];
  "@kie-tools/i18n-common-dictionary" -> "@kie-tools-core/i18n" [ style = "solid", color = "blue" ];
  "@kie-tools/image-builder" -> "@kie-tools/tsconfig" [ style = "dashed", color = "black" ];
  "@kie-tools/image-env-to-json" -> "@kie-tools/root-env" [ style = "dashed", color = "black" ];
  "@kie-tools/import-java-classes-component" -> "@kie-tools-core/vscode-java-code-completion" [ style = "solid", color = "blue" ];
  "@kie-tools/import-java-classes-component" -> "@kie-tools/i18n-common-dictionary" [ style = "solid", color = "blue" ];
  "@kie-tools/import-java-classes-component" -> "@kie-tools-core/monaco-editor" [ style = "dashed", color = "blue" ];
  "@kie-tools/import-java-classes-component" -> "@kie-tools-core/patternfly-base" [ style = "dashed", color = "blue" ];
  "@kie-tools/import-java-classes-component" -> "@kie-tools-core/webpack-base" [ style = "dashed", color = "blue" ];
  "@kie-tools/jbpm-form-code-generator-themes" -> "@kie-tools/form-code-generator-bootstrap4-theme" [ style = "solid", color = "blue" ];
  "@kie-tools/jbpm-form-code-generator-themes" -> "@kie-tools/form-code-generator-patternfly-theme" [ style = "solid", color = "blue" ];
  "@kie-tools/jbpm-quarkus-devui" -> "@kie-tools/maven-base" [ style = "solid", color = "black" ];
  "@kie-tools/jbpm-quarkus-devui" -> "@kie-tools/runtime-tools-process-dev-ui-webapp" [ style = "dashed", color = "black" ];
  "@kie-tools/jest-base" -> "@kie-tools/root-env" [ style = "dashed", color = "blue" ];
  "@kie-tools/json-yaml-language-service" -> "@kie-tools/yaml-language-server" [ style = "solid", color = "blue" ];
  "@kie-tools-core/k8s-yaml-to-apiserver-requests" -> "@kie-tools/cors-proxy-api" [ style = "dashed", color = "purple" ];
  "@kie-tools-core/k8s-yaml-to-apiserver-requests" -> "@kie-tools/jest-base" [ style = "dashed", color = "purple" ];
  "@kie-tools-core/keyboard-shortcuts" -> "@kie-tools-core/envelope-bus" [ style = "solid", color = "purple" ];
  "@kie-tools-core/keyboard-shortcuts" -> "@kie-tools-core/operating-system" [ style = "solid", color = "purple" ];
  "@kie-tools/kie-bc-editors-common" -> "@kie-tools-core/editor" [ style = "solid", color = "blue" ];
  "@kie-tools/kie-bc-editors-common" -> "@kie-tools-core/vscode-java-code-completion" [ style = "solid", color = "blue" ];
  "@kie-tools/kie-sandbox-fs" -> "@kie-tools/root-env" [ style = "dashed", color = "blue" ];
  "@kie-tools/kie-sandbox-fs" -> "@kie-tools/tsconfig" [ style = "dashed", color = "blue" ];
  "@kie-tools/kn-plugin-workflow" -> "@kie-tools/sonataflow-operator" [ style = "dashed", color = "black" ];
  "@kie/kogito-base-builder-image" -> "@kie/kogito-images-install-helper" [ style = "dashed", color = "black" ];
  "@kie/kogito-data-index-ephemeral-image" -> "@kie/kogito-images-install-helper" [ style = "dashed", color = "black" ];
  "@kie/kogito-data-index-postgresql-image" -> "@kie/kogito-images-install-helper" [ style = "dashed", color = "black" ];
  "@kie-tools/kogito-data-index-webapp" -> "@kie-tools-core/webpack-base" [ style = "dashed", color = "blue" ];
  "@kie-tools/kogito-db-migrator-tool" -> "@kie-tools/maven-base" [ style = "solid", color = "black" ];
  "@kie-tools/kogito-db-migrator-tool-image" -> "@kie-tools/kogito-db-migrator-tool" [ style = "solid", color = "black" ];
  "@kie-tools/kogito-db-migrator-tool-image" -> "@kie/kogito-images-install-helper" [ style = "dashed", color = "black" ];
  "@kie/kogito-images-install-helper" -> "@kie-tools/maven-base" [ style = "solid", color = "black" ];
  "@kie/kogito-images-install-helper" -> "@kie-tools/sonataflow-image-common" [ style = "solid", color = "black" ];
  "@kie/kogito-jobs-service-ephemeral-image" -> "@kie/kogito-images-install-helper" [ style = "dashed", color = "black" ];
  "@kie/kogito-jobs-service-postgresql-image" -> "@kie/kogito-images-install-helper" [ style = "dashed", color = "black" ];
  "@kie-tools/kogito-jobs-service-webapp" -> "@kie-tools-core/webpack-base" [ style = "dashed", color = "blue" ];
  "@kie-tools/kogito-management-console" -> "@kie-tools/image-builder" [ style = "dashed", color = "black" ];
  "@kie-tools/kogito-management-console" -> "@kie-tools/image-env-to-json" [ style = "dashed", color = "black" ];
  "@kie-tools/kogito-management-console" -> "@kie-tools/runtime-tools-management-console-webapp" [ style = "dashed", color = "black" ];
  "@kie-tools-core/kubernetes-bridge" -> "@kie-tools/cors-proxy-api" [ style = "solid", color = "purple" ];
  "@kie-tools/maven-base" -> "@kie-tools/root-env" [ style = "dashed", color = "black" ];
  "@kie-tools/maven-m2-repo-via-http-image" -> "@kie-tools/image-builder" [ style = "dashed", color = "black" ];
  "@kie-tools/maven-m2-repo-via-http-image" -> "@kie-tools/root-env" [ style = "dashed", color = "black" ];
  "@kie-tools-core/monaco-editor" -> "@kie-tools/eslint" [ style = "dashed", color = "purple" ];
  "@kie-tools-core/monaco-editor" -> "@kie-tools/root-env" [ style = "dashed", color = "purple" ];
  "@kie-tools-core/monaco-editor" -> "@kie-tools/tsconfig" [ style = "dashed", color = "purple" ];
  "@kie-tools-core/notifications" -> "@kie-tools-core/i18n" [ style = "solid", color = "purple" ];
  "@kie-tools-core/notifications" -> "@kie-tools-core/workspace" [ style = "solid", color = "purple" ];
  "@kie-tools-core/operating-system" -> "@kie-tools/eslint" [ style = "dashed", color = "purple" ];
  "@kie-tools-core/operating-system" -> "@kie-tools/root-env" [ style = "dashed", color = "purple" ];
  "@kie-tools-core/operating-system" -> "@kie-tools/tsconfig" [ style = "dashed", color = "purple" ];
  "@osl/osl-data-index-ephemeral-image" -> "@kie/kogito-data-index-ephemeral-image" [ style = "dashed", color = "black" ];
  "@osl/osl-data-index-ephemeral-image" -> "@osl/osl-images-modules" [ style = "dashed", color = "black" ];
  "@osl/osl-data-index-ephemeral-image" -> "@osl/redhat-env" [ style = "dashed", color = "black" ];
  "@osl/osl-data-index-postgresql-image" -> "@kie/kogito-data-index-postgresql-image" [ style = "dashed", color = "black" ];
  "@osl/osl-data-index-postgresql-image" -> "@osl/osl-images-modules" [ style = "dashed", color = "black" ];
  "@osl/osl-data-index-postgresql-image" -> "@osl/redhat-env" [ style = "dashed", color = "black" ];
  "@osl/osl-db-migrator-tool-image" -> "@kie-tools/kogito-db-migrator-tool-image" [ style = "dashed", color = "black" ];
  "@osl/osl-db-migrator-tool-image" -> "@osl/osl-images-modules" [ style = "dashed", color = "black" ];
  "@osl/osl-db-migrator-tool-image" -> "@osl/redhat-env" [ style = "dashed", color = "black" ];
  "@osl/osl-images-modules" -> "@kie-tools/sonataflow-image-common" [ style = "dashed", color = "black" ];
  "@osl/osl-images-modules" -> "@osl/redhat-python-venv" [ style = "dashed", color = "black" ];
  "@osl/osl-jobs-service-ephemeral-image" -> "@kie/kogito-jobs-service-ephemeral-image" [ style = "dashed", color = "black" ];
  "@osl/osl-jobs-service-ephemeral-image" -> "@osl/osl-images-modules" [ style = "dashed", color = "black" ];
  "@osl/osl-jobs-service-ephemeral-image" -> "@osl/redhat-env" [ style = "dashed", color = "black" ];
  "@osl/osl-jobs-service-postgresql-image" -> "@kie/kogito-jobs-service-postgresql-image" [ style = "dashed", color = "black" ];
  "@osl/osl-jobs-service-postgresql-image" -> "@osl/osl-images-modules" [ style = "dashed", color = "black" ];
  "@osl/osl-jobs-service-postgresql-image" -> "@osl/redhat-env" [ style = "dashed", color = "black" ];
  "@osl/osl-management-console-image" -> "@kie-tools/sonataflow-management-console-image" [ style = "dashed", color = "black" ];
  "@osl/osl-management-console-image" -> "@osl/osl-images-modules" [ style = "dashed", color = "black" ];
  "@osl/osl-management-console-image" -> "@osl/redhat-env" [ style = "dashed", color = "black" ];
  "@osl/osl-operator-bundle-image" -> "@kie-tools/sonataflow-operator" [ style = "solid", color = "black" ];
  "@osl/osl-operator-bundle-image" -> "@osl/osl-data-index-ephemeral-image" [ style = "solid", color = "black" ];
  "@osl/osl-operator-bundle-image" -> "@osl/osl-data-index-postgresql-image" [ style = "solid", color = "black" ];
  "@osl/osl-operator-bundle-image" -> "@osl/osl-db-migrator-tool-image" [ style = "solid", color = "black" ];
  "@osl/osl-operator-bundle-image" -> "@osl/osl-jobs-service-ephemeral-image" [ style = "solid", color = "black" ];
  "@osl/osl-operator-bundle-image" -> "@osl/osl-jobs-service-postgresql-image" [ style = "solid", color = "black" ];
  "@osl/osl-operator-bundle-image" -> "@osl/osl-management-console-image" [ style = "solid", color = "black" ];
  "@osl/osl-operator-bundle-image" -> "@osl/osl-swf-builder-image" [ style = "solid", color = "black" ];
  "@osl/osl-operator-bundle-image" -> "@osl/osl-swf-devmode-image" [ style = "solid", color = "black" ];
  "@osl/osl-swf-builder-image" -> "@kie-tools/sonataflow-builder-image" [ style = "dashed", color = "black" ];
  "@osl/osl-swf-builder-image" -> "@osl/osl-images-modules" [ style = "dashed", color = "black" ];
  "@osl/osl-swf-builder-image" -> "@osl/redhat-env" [ style = "dashed", color = "black" ];
  "@osl/osl-swf-devmode-image" -> "@kie-tools/sonataflow-devmode-image" [ style = "dashed", color = "black" ];
  "@osl/osl-swf-devmode-image" -> "@osl/osl-images-modules" [ style = "dashed", color = "black" ];
  "@osl/osl-swf-devmode-image" -> "@osl/redhat-env" [ style = "dashed", color = "black" ];
  "@kie-tools-core/patternfly-base" -> "@kie-tools/root-env" [ style = "dashed", color = "purple" ];
  "@kie-tools/playwright-base" -> "@kie-tools-scripts/run-script-if" [ style = "dashed", color = "blue" ];
  "@kie-tools/playwright-base" -> "@kie-tools/root-env" [ style = "dashed", color = "blue" ];
  "@kie-tools/pmml-editor" -> "@kie-tools-core/editor" [ style = "solid", color = "blue" ];
  "@kie-tools/pmml-editor" -> "@kie-tools-core/monaco-editor" [ style = "solid", color = "blue" ];
  "@kie-tools/pmml-editor" -> "@kie-tools/pmml-editor-marshaller" [ style = "solid", color = "blue" ];
  "@kie-tools/pmml-editor" -> "@kie-tools-core/webpack-base" [ style = "dashed", color = "blue" ];
  "@kie-tools/pmml-editor-marshaller" -> "@kie-tools/eslint" [ style = "dashed", color = "blue" ];
  "@kie-tools/pmml-editor-marshaller" -> "@kie-tools/jest-base" [ style = "dashed", color = "blue" ];
  "@kie-tools/pmml-editor-marshaller" -> "@kie-tools/tsconfig" [ style = "dashed", color = "blue" ];
-   "pmml-vscode-extension" -> "@kie-tools-core/vscode-extension" [ style = "solid", color = "blue" ];
-   "pmml-vscode-extension" -> "@kie-tools/pmml-editor" [ style = "solid", color = "blue" ];
  "@kie-tools-core/react-hooks" -> "@kie-tools/eslint" [ style = "dashed", color = "purple" ];
  "@kie-tools-core/react-hooks" -> "@kie-tools/root-env" [ style = "dashed", color = "purple" ];
  "@kie-tools-core/react-hooks" -> "@kie-tools/tsconfig" [ style = "dashed", color = "purple" ];
  "@osl/redhat-env" -> "@kie-tools/root-env" [ style = "dashed", color = "black" ];
  "@osl/redhat-python-venv" -> "@kie-tools/python-venv" [ style = "dashed", color = "black" ];
  "@kie-tools/runtime-tools-components" -> "@kie-tools-core/editor" [ style = "solid", color = "blue" ];
  "@kie-tools/runtime-tools-components" -> "@kie-tools/json-yaml-language-service" [ style = "solid", color = "blue" ];
  "@kie-tools/runtime-tools-components" -> "@kie-tools/runtime-tools-shared-gateway-api" [ style = "solid", color = "blue" ];
  "@kie-tools/runtime-tools-components" -> "@kie-tools/uniforms-patternfly" [ style = "solid", color = "blue" ];
  "@kie-tools/runtime-tools-consoles-helm-chart" -> "@kie-tools/kogito-management-console" [ style = "solid", color = "black" ];
  "@kie-tools/runtime-tools-management-console-webapp" -> "@kie-tools-core/workspaces-git-fs" [ style = "solid", color = "blue" ];
  "@kie-tools/runtime-tools-management-console-webapp" -> "@kie-tools/jbpm-quarkus-devui" [ style = "dashed", color = "blue" ];
  "@kie-tools/runtime-tools-process-dev-ui-webapp" -> "@kie-tools/runtime-tools-process-webapp-components" [ style = "solid", color = "blue" ];
  "@kie-tools/runtime-tools-process-dev-ui-webapp" -> "@kie-tools/runtime-tools-shared-webapp-components" [ style = "solid", color = "blue" ];
  "@kie-tools/runtime-tools-process-enveloped-components" -> "@kie-tools-core/monaco-editor" [ style = "solid", color = "blue" ];
  "@kie-tools/runtime-tools-process-enveloped-components" -> "@kie-tools-core/react-hooks" [ style = "solid", color = "blue" ];
  "@kie-tools/runtime-tools-process-enveloped-components" -> "@kie-tools/i18n-common-dictionary" [ style = "solid", color = "blue" ];
  "@kie-tools/runtime-tools-process-enveloped-components" -> "@kie-tools/runtime-tools-components" [ style = "solid", color = "blue" ];
  "@kie-tools/runtime-tools-process-enveloped-components" -> "@kie-tools/runtime-tools-process-gateway-api" [ style = "solid", color = "blue" ];
  "@kie-tools/runtime-tools-process-enveloped-components" -> "@kie-tools-core/webpack-base" [ style = "dashed", color = "blue" ];
  "@kie-tools/runtime-tools-process-gateway-api" -> "@kie-tools/runtime-tools-shared-gateway-api" [ style = "solid", color = "blue" ];
  "@kie-tools/runtime-tools-process-webapp-components" -> "@kie-tools/runtime-tools-process-enveloped-components" [ style = "solid", color = "blue" ];
  "@kie-tools/runtime-tools-shared-enveloped-components" -> "@kie-tools-core/monaco-editor" [ style = "solid", color = "blue" ];
  "@kie-tools/runtime-tools-shared-enveloped-components" -> "@kie-tools/i18n-common-dictionary" [ style = "solid", color = "blue" ];
  "@kie-tools/runtime-tools-shared-enveloped-components" -> "@kie-tools/runtime-tools-components" [ style = "solid", color = "blue" ];
  "@kie-tools/runtime-tools-shared-enveloped-components" -> "@kie-tools-core/webpack-base" [ style = "dashed", color = "blue" ];
  "@kie-tools/runtime-tools-shared-gateway-api" -> "@kie-tools/eslint" [ style = "dashed", color = "blue" ];
  "@kie-tools/runtime-tools-shared-gateway-api" -> "@kie-tools/root-env" [ style = "dashed", color = "blue" ];
  "@kie-tools/runtime-tools-shared-gateway-api" -> "@kie-tools/tsconfig" [ style = "dashed", color = "blue" ];
  "@kie-tools/runtime-tools-shared-webapp-components" -> "@kie-tools/runtime-tools-components" [ style = "solid", color = "blue" ];
  "@kie-tools/runtime-tools-swf-enveloped-components" -> "@kie-tools-core/monaco-editor" [ style = "solid", color = "blue" ];
  "@kie-tools/runtime-tools-swf-enveloped-components" -> "@kie-tools/dashbuilder-client" [ style = "solid", color = "blue" ];
  "@kie-tools/runtime-tools-swf-enveloped-components" -> "@kie-tools/i18n-common-dictionary" [ style = "solid", color = "blue" ];
  "@kie-tools/runtime-tools-swf-enveloped-components" -> "@kie-tools/runtime-tools-components" [ style = "solid", color = "blue" ];
  "@kie-tools/runtime-tools-swf-enveloped-components" -> "@kie-tools/runtime-tools-swf-gateway-api" [ style = "solid", color = "blue" ];
  "@kie-tools/runtime-tools-swf-enveloped-components" -> "@kie-tools/serverless-workflow-combined-editor" [ style = "solid", color = "blue" ];
  "@kie-tools/runtime-tools-swf-enveloped-components" -> "@kie-tools/sonataflow-uniforms" [ style = "solid", color = "blue" ];
  "@kie-tools/runtime-tools-swf-gateway-api" -> "@kie-tools/runtime-tools-shared-gateway-api" [ style = "solid", color = "blue" ];
  "@kie-tools/runtime-tools-swf-gateway-api" -> "@kie-tools/jest-base" [ style = "dashed", color = "blue" ];
  "@kie-tools/runtime-tools-swf-webapp-components" -> "@kie-tools/runtime-tools-swf-enveloped-components" [ style = "solid", color = "blue" ];
  "@kie-tools/scesim-editor" -> "@kie-tools-core/react-hooks" [ style = "solid", color = "blue" ];
  "@kie-tools/scesim-editor" -> "@kie-tools/boxed-expression-component" [ style = "solid", color = "blue" ];
  "@kie-tools/scesim-editor" -> "@kie-tools/scesim-marshaller" [ style = "solid", color = "blue" ];
  "@kie-tools/scesim-editor-envelope" -> "@kie-tools-core/editor" [ style = "solid", color = "blue" ];
  "@kie-tools/scesim-editor-envelope" -> "@kie-tools/scesim-editor" [ style = "solid", color = "blue" ];
  "@kie-tools/scesim-marshaller" -> "@kie-tools/xml-parser-ts-codegen" [ style = "dashed", color = "blue" ];
  "@kie-tools/serverless-logic-web-tools" -> "@kie-tools-core/kubernetes-bridge" [ style = "solid", color = "black" ];
  "@kie-tools/serverless-logic-web-tools" -> "@kie-tools-core/workspaces-git-fs" [ style = "solid", color = "black" ];
  "@kie-tools/serverless-logic-web-tools" -> "@kie-tools/cors-proxy" [ style = "solid", color = "black" ];
  "@kie-tools/serverless-logic-web-tools" -> "@kie-tools/dashbuilder-editor" [ style = "solid", color = "black" ];
  "@kie-tools/serverless-logic-web-tools" -> "@kie-tools/runtime-tools-shared-enveloped-components" [ style = "solid", color = "black" ];
  "@kie-tools/serverless-logic-web-tools" -> "@kie-tools/runtime-tools-shared-webapp-components" [ style = "solid", color = "black" ];
  "@kie-tools/serverless-logic-web-tools" -> "@kie-tools/runtime-tools-swf-webapp-components" [ style = "solid", color = "black" ];
  "@kie-tools/serverless-logic-web-tools" -> "@kie-tools/text-editor" [ style = "solid", color = "black" ];
  "@kie-tools/serverless-logic-web-tools" -> "@kie-tools/yard-editor" [ style = "solid", color = "black" ];
  "@kie-tools/serverless-logic-web-tools" -> "@kie-tools/dashbuilder-viewer-image-env" [ style = "dashed", color = "black" ];
  "@kie-tools/serverless-logic-web-tools" -> "@kie-tools/serverless-logic-web-tools-base-builder-image-env" [ style = "dashed", color = "black" ];
  "@kie-tools/serverless-logic-web-tools" -> "@kie-tools/serverless-logic-web-tools-swf-builder-image-env" [ style = "dashed", color = "black" ];
  "@kie-tools/serverless-logic-web-tools" -> "@kie-tools/serverless-logic-web-tools-swf-dev-mode-image-env" [ style = "dashed", color = "black" ];
  "@kie-tools/serverless-logic-web-tools" -> "@kie-tools/sonataflow-dev-app" [ style = "dashed", color = "black" ];
  "@kie-tools/serverless-logic-web-tools-base-builder-image" -> "@kie-tools/serverless-logic-web-tools-base-builder-image-env" [ style = "dashed", color = "black" ];
  "@kie-tools/serverless-logic-web-tools-base-builder-image" -> "@kie/kogito-base-builder-image" [ style = "dashed", color = "black" ];
  "@kie-tools/serverless-logic-web-tools-base-builder-image-env" -> "@kie-tools/root-env" [ style = "dashed", color = "black" ];
  "@kie-tools/serverless-logic-web-tools-swf-builder-image" -> "@kie-tools/serverless-logic-web-tools-swf-builder-image-env" [ style = "dashed", color = "black" ];
  "@kie-tools/serverless-logic-web-tools-swf-builder-image" -> "@kie-tools/serverless-logic-web-tools-swf-deployment-quarkus-app" [ style = "dashed", color = "black" ];
  "@kie-tools/serverless-logic-web-tools-swf-builder-image" -> "@kie-tools/sonataflow-builder-image" [ style = "dashed", color = "black" ];
  "@kie-tools/serverless-logic-web-tools-swf-builder-image" -> "sonataflow-deployment-webapp" [ style = "dashed", color = "black" ];
  "@kie-tools/serverless-logic-web-tools-swf-builder-image-env" -> "@kie-tools/root-env" [ style = "dashed", color = "black" ];
  "@kie-tools/serverless-logic-web-tools-swf-deployment-quarkus-app" -> "@kie-tools/sonataflow-quarkus-devui" [ style = "solid", color = "black" ];
  "@kie-tools/serverless-logic-web-tools-swf-dev-mode-image" -> "@kie-tools/maven-m2-repo-via-http-image" [ style = "dashed", color = "black" ];
  "@kie-tools/serverless-logic-web-tools-swf-dev-mode-image" -> "@kie-tools/serverless-logic-web-tools-swf-deployment-quarkus-app" [ style = "dashed", color = "black" ];
  "@kie-tools/serverless-logic-web-tools-swf-dev-mode-image" -> "@kie-tools/serverless-logic-web-tools-swf-dev-mode-image-env" [ style = "dashed", color = "black" ];
  "@kie-tools/serverless-logic-web-tools-swf-dev-mode-image" -> "@kie/kogito-base-builder-image" [ style = "dashed", color = "black" ];
  "@kie-tools/serverless-logic-web-tools-swf-dev-mode-image" -> "sonataflow-deployment-webapp" [ style = "dashed", color = "black" ];
  "@kie-tools/serverless-logic-web-tools-swf-dev-mode-image-env" -> "@kie-tools/root-env" [ style = "dashed", color = "black" ];
  "@kie-tools/serverless-workflow-combined-editor" -> "@kie-tools/serverless-workflow-diagram-editor-assets" [ style = "solid", color = "blue" ];
  "@kie-tools/serverless-workflow-combined-editor" -> "@kie-tools/serverless-workflow-text-editor" [ style = "solid", color = "blue" ];
  "@kie-tools/serverless-workflow-dev-ui-monitoring-webapp" -> "@kie-tools/dashbuilder-client" [ style = "solid", color = "black" ];
  "@kie-tools/serverless-workflow-dev-ui-webapp" -> "@kie-tools/runtime-tools-shared-enveloped-components" [ style = "solid", color = "black" ];
  "@kie-tools/serverless-workflow-dev-ui-webapp" -> "@kie-tools/runtime-tools-shared-webapp-components" [ style = "solid", color = "black" ];
  "@kie-tools/serverless-workflow-dev-ui-webapp" -> "@kie-tools/runtime-tools-swf-webapp-components" [ style = "solid", color = "black" ];
  "@kie-tools/serverless-workflow-dev-ui-webapp" -> "@kie-tools/serverless-workflow-dev-ui-monitoring-webapp" [ style = "solid", color = "black" ];
  "@kie-tools/serverless-workflow-dev-ui-webapp" -> "@kie-tools/sonataflow-dev-app" [ style = "dashed", color = "black" ];
  "@kie-tools/serverless-workflow-diagram-editor" -> "@kie-tools/maven-base" [ style = "solid", color = "black" ];
  "@kie-tools/serverless-workflow-diagram-editor-assets" -> "@kie-tools/serverless-workflow-diagram-editor" [ style = "dashed", color = "blue" ];
  "@kie-tools/serverless-workflow-diagram-editor-assets" -> "@kie-tools/serverless-workflow-diagram-editor-envelope" [ style = "dashed", color = "blue" ];
  "@kie-tools/serverless-workflow-diagram-editor-envelope" -> "@kie-tools/kie-bc-editors-common" [ style = "solid", color = "blue" ];
  "@kie-tools/serverless-workflow-editor" -> "@kie-tools-core/operating-system" [ style = "solid", color = "blue" ];
  "@kie-tools/serverless-workflow-editor" -> "@kie-tools-core/patternfly-base" [ style = "solid", color = "blue" ];
  "@kie-tools/serverless-workflow-editor" -> "@kie-tools-core/react-hooks" [ style = "solid", color = "blue" ];
  "@kie-tools/serverless-workflow-editor" -> "@kie-tools-core/switch-expression-ts" [ style = "solid", color = "blue" ];
  "@kie-tools/serverless-workflow-editor" -> "@kie-tools/i18n-common-dictionary" [ style = "solid", color = "blue" ];
  "@kie-tools/serverless-workflow-editor" -> "@kie-tools/xml-parser-ts" [ style = "solid", color = "blue" ];
  "@kie-tools/serverless-workflow-editor" -> "@kie-tools/playwright-base" [ style = "dashed", color = "blue" ];
  "@kie-tools/serverless-workflow-editor" -> "@kie-tools/storybook-base" [ style = "dashed", color = "blue" ];
  "@kie-tools/serverless-workflow-jq-expressions" -> "@kie-tools/serverless-workflow-service-catalog" [ style = "solid", color = "blue" ];
  "@kie-tools/serverless-workflow-language-service" -> "@kie-tools/json-yaml-language-service" [ style = "solid", color = "blue" ];
  "@kie-tools/serverless-workflow-language-service" -> "@kie-tools/serverless-workflow-jq-expressions" [ style = "solid", color = "blue" ];
  "@kie-tools/serverless-workflow-service-catalog" -> "@kie-tools-core/envelope-bus" [ style = "solid", color = "blue" ];
  "@kie-tools/serverless-workflow-standalone-editor" -> "@kie-tools/serverless-workflow-combined-editor" [ style = "dashed", color = "blue" ];
  "@kie-tools/serverless-workflow-text-editor" -> "@kie-tools-core/editor" [ style = "solid", color = "blue" ];
  "@kie-tools/serverless-workflow-text-editor" -> "@kie-tools/serverless-workflow-language-service" [ style = "solid", color = "blue" ];
  "@kie-tools/serverless-workflow-text-editor" -> "@kie-tools-core/webpack-base" [ style = "dashed", color = "blue" ];
  "swf-vscode-extension" -> "@kie-tools-core/vscode-extension" [ style = "solid", color = "blue" ];
  "swf-vscode-extension" -> "@kie-tools/serverless-workflow-language-service" [ style = "solid", color = "blue" ];
  "swf-vscode-extension" -> "@kie-tools-core/webpack-base" [ style = "dashed", color = "blue" ];
  "swf-vscode-extension" -> "@kie-tools/serverless-workflow-diagram-editor-assets" [ style = "dashed", color = "blue" ];
  "swf-vscode-extension" -> "@kie-tools/vscode-extension-common-test-helpers" [ style = "dashed", color = "blue" ];
  "@kie-tools/sonataflow-builder-image" -> "@kie-tools/maven-m2-repo-via-http-image" [ style = "dashed", color = "black" ];
  "@kie-tools/sonataflow-builder-image" -> "@kie/kogito-images-install-helper" [ style = "dashed", color = "black" ];
  "sonataflow-deployment-webapp" -> "@kie-tools-core/react-hooks" [ style = "solid", color = "blue" ];
  "sonataflow-deployment-webapp" -> "@kie-tools/runtime-tools-shared-webapp-components" [ style = "solid", color = "blue" ];
  "sonataflow-deployment-webapp" -> "@kie-tools/runtime-tools-swf-webapp-components" [ style = "solid", color = "blue" ];
  "sonataflow-deployment-webapp" -> "@kie-tools/sonataflow-dev-app" [ style = "dashed", color = "blue" ];
  "@kie-tools/sonataflow-dev-app" -> "@kie-tools/eslint" [ style = "dashed", color = "black" ];
  "@kie-tools/sonataflow-dev-app" -> "@kie-tools/root-env" [ style = "dashed", color = "black" ];
  "@kie-tools/sonataflow-devmode-image" -> "@kie-tools/maven-m2-repo-via-http-image" [ style = "dashed", color = "black" ];
  "@kie-tools/sonataflow-devmode-image" -> "@kie-tools/sonataflow-quarkus-devui" [ style = "dashed", color = "black" ];
  "@kie-tools/sonataflow-devmode-image" -> "@kie/kogito-images-install-helper" [ style = "dashed", color = "black" ];
  "@kie-tools/sonataflow-image-common" -> "@kie-tools/kogito-data-index-webapp" [ style = "solid", color = "black" ];
  "@kie-tools/sonataflow-image-common" -> "@kie-tools/kogito-jobs-service-webapp" [ style = "solid", color = "black" ];
  "@kie-tools/sonataflow-image-common" -> "@kie-tools/python-venv" [ style = "dashed", color = "black" ];
  "@kie-tools/sonataflow-management-console-image" -> "@kie-tools/image-env-to-json" [ style = "dashed", color = "black" ];
  "@kie-tools/sonataflow-management-console-image" -> "@kie-tools/sonataflow-image-common" [ style = "dashed", color = "black" ];
  "@kie-tools/sonataflow-management-console-image" -> "@kie-tools/sonataflow-management-console-image-env" [ style = "dashed", color = "black" ];
  "@kie-tools/sonataflow-management-console-image" -> "@kie-tools/sonataflow-management-console-webapp" [ style = "dashed", color = "black" ];
  "@kie-tools/sonataflow-management-console-image-env" -> "@kie-tools/root-env" [ style = "dashed", color = "black" ];
  "@kie-tools/sonataflow-management-console-webapp" -> "@kie-tools/runtime-tools-process-webapp-components" [ style = "solid", color = "blue" ];
  "@kie-tools/sonataflow-management-console-webapp" -> "@kie-tools/runtime-tools-shared-enveloped-components" [ style = "solid", color = "blue" ];
  "@kie-tools/sonataflow-management-console-webapp" -> "@kie-tools/runtime-tools-shared-webapp-components" [ style = "solid", color = "blue" ];
  "@kie-tools/sonataflow-management-console-webapp" -> "@kie-tools/runtime-tools-swf-webapp-components" [ style = "solid", color = "blue" ];
  "@kie-tools/sonataflow-management-console-webapp" -> "@kie-tools/sonataflow-dev-app" [ style = "dashed", color = "blue" ];
  "@kie-tools/sonataflow-operator" -> "@kie-tools/kogito-db-migrator-tool-image" [ style = "dashed", color = "black" ];
  "@kie-tools/sonataflow-operator" -> "@kie-tools/sonataflow-builder-image" [ style = "dashed", color = "black" ];
  "@kie-tools/sonataflow-operator" -> "@kie-tools/sonataflow-devmode-image" [ style = "dashed", color = "black" ];
  "@kie-tools/sonataflow-operator" -> "@kie/kogito-data-index-ephemeral-image" [ style = "dashed", color = "black" ];
  "@kie-tools/sonataflow-operator" -> "@kie/kogito-data-index-postgresql-image" [ style = "dashed", color = "black" ];
  "@kie-tools/sonataflow-operator" -> "@kie/kogito-jobs-service-ephemeral-image" [ style = "dashed", color = "black" ];
  "@kie-tools/sonataflow-operator" -> "@kie/kogito-jobs-service-postgresql-image" [ style = "dashed", color = "black" ];
  "@kie-tools/sonataflow-quarkus-devui" -> "@kie-tools/serverless-workflow-dev-ui-webapp" [ style = "dashed", color = "black" ];
  "@kie-tools/sonataflow-uniforms" -> "@kie-tools/uniforms-patternfly" [ style = "solid", color = "blue" ];
  "@kie-tools/storybook-base" -> "@kie-tools-core/webpack-base" [ style = "dashed", color = "blue" ];
  "@kie-tools/storybook-base" -> "@kie-tools/eslint" [ style = "dashed", color = "blue" ];
  "@kie-tools/storybook-base" -> "@kie-tools/tsconfig" [ style = "dashed", color = "blue" ];
  "@kie-tools-core/switch-expression-ts" -> "@kie-tools/eslint" [ style = "dashed", color = "purple" ];
  "@kie-tools-core/switch-expression-ts" -> "@kie-tools/jest-base" [ style = "dashed", color = "purple" ];
  "@kie-tools-core/switch-expression-ts" -> "@kie-tools/tsconfig" [ style = "dashed", color = "purple" ];
  "@kie-tools/text-editor" -> "@kie-tools-core/editor" [ style = "solid", color = "blue" ];
  "@kie-tools/text-editor" -> "@kie-tools-core/monaco-editor" [ style = "solid", color = "blue" ];
  "@kie-tools/uniforms-patternfly" -> "@kie-tools/eslint" [ style = "dashed", color = "blue" ];
  "@kie-tools/uniforms-patternfly" -> "@kie-tools/jest-base" [ style = "dashed", color = "blue" ];
  "@kie-tools/uniforms-patternfly" -> "@kie-tools/tsconfig" [ style = "dashed", color = "blue" ];
  "@kie-tools/uniforms-patternfly-form-wrapper" -> "@kie-tools/dmn-runner" [ style = "solid", color = "blue" ];
  "@kie-tools/uniforms-patternfly-form-wrapper" -> "@kie-tools/i18n-common-dictionary" [ style = "solid", color = "blue" ];
  "@kie-tools/uniforms-patternfly-form-wrapper" -> "@kie-tools-core/webpack-base" [ style = "dashed", color = "blue" ];
  "@kie-tools/unitables" -> "@kie-tools/boxed-expression-component" [ style = "solid", color = "blue" ];
  "@kie-tools/unitables" -> "@kie-tools/dmn-runner" [ style = "solid", color = "blue" ];
  "@kie-tools/unitables-dmn" -> "@kie-tools/unitables" [ style = "solid", color = "blue" ];
  "@kie-tools-core/vscode-extension" -> "@kie-tools-core/editor" [ style = "solid", color = "purple" ];
  "@kie-tools-core/vscode-extension" -> "@kie-tools-core/vscode-java-code-completion" [ style = "solid", color = "purple" ];
  "@kie-tools/vscode-extension-common-test-helpers" -> "@kie-tools/tsconfig" [ style = "dashed", color = "blue" ];
  "vscode-extension-dashbuilder-editor" -> "@kie-tools-core/vscode-extension" [ style = "solid", color = "blue" ];
  "vscode-extension-dashbuilder-editor" -> "@kie-tools/dashbuilder-language-service" [ style = "solid", color = "blue" ];
  "vscode-extension-dashbuilder-editor" -> "@kie-tools/dashbuilder-viewer" [ style = "solid", color = "blue" ];
  "vscode-extension-dashbuilder-editor" -> "@kie-tools/vscode-extension-common-test-helpers" [ style = "dashed", color = "blue" ];
  "@kie-tools-core/vscode-java-code-completion" -> "@kie-tools/eslint" [ style = "dashed", color = "purple" ];
  "@kie-tools-core/vscode-java-code-completion" -> "@kie-tools/root-env" [ style = "dashed", color = "purple" ];
  "@kie-tools-core/vscode-java-code-completion" -> "@kie-tools/tsconfig" [ style = "dashed", color = "purple" ];
  "@kie-tools/vscode-java-code-completion-extension-plugin" -> "@kie-tools/maven-base" [ style = "solid", color = "black" ];
  "@kie-tools-core/webpack-base" -> "@kie-tools/root-env" [ style = "dashed", color = "black" ];
  "@kie-tools-core/workspace" -> "@kie-tools-core/operating-system" [ style = "solid", color = "purple" ];
  "@kie-tools-core/workspaces-git-fs" -> "@kie-tools-core/envelope-bus" [ style = "solid", color = "purple" ];
  "@kie-tools-core/workspaces-git-fs" -> "@kie-tools-core/react-hooks" [ style = "solid", color = "purple" ];
  "@kie-tools-core/workspaces-git-fs" -> "@kie-tools-core/workspace" [ style = "solid", color = "purple" ];
  "@kie-tools-core/workspaces-git-fs" -> "@kie-tools/cors-proxy-api" [ style = "solid", color = "purple" ];
  "@kie-tools-core/workspaces-git-fs" -> "@kie-tools/kie-sandbox-fs" [ style = "solid", color = "purple" ];
  "@kie-tools/xml-parser-ts" -> "@kie-tools/eslint" [ style = "dashed", color = "blue" ];
  "@kie-tools/xml-parser-ts" -> "@kie-tools/jest-base" [ style = "dashed", color = "blue" ];
  "@kie-tools/xml-parser-ts" -> "@kie-tools/tsconfig" [ style = "dashed", color = "blue" ];
  "@kie-tools/xml-parser-ts-codegen" -> "@kie-tools/xml-parser-ts" [ style = "solid", color = "blue" ];
  "@kie-tools/xyflow-react-kie-diagram" -> "@kie-tools-core/operating-system" [ style = "solid", color = "blue" ];
  "@kie-tools/xyflow-react-kie-diagram" -> "@kie-tools-core/switch-expression-ts" [ style = "solid", color = "blue" ];
  "@kie-tools/xyflow-react-kie-diagram" -> "@kie-tools/i18n-common-dictionary" [ style = "dashed", color = "blue" ];
  "@kie-tools/xyflow-react-kie-diagram" -> "@kie-tools/xml-parser-ts" [ style = "dashed", color = "blue" ];
  "@kie-tools/yaml-language-server" -> "@kie-tools/eslint" [ style = "dashed", color = "blue" ];
  "@kie-tools/yaml-language-server" -> "@kie-tools/jest-base" [ style = "dashed", color = "blue" ];
  "@kie-tools/yaml-language-server" -> "@kie-tools/tsconfig" [ style = "dashed", color = "blue" ];
  "@kie-tools/yard-editor" -> "@kie-tools-core/editor" [ style = "solid", color = "blue" ];
  "@kie-tools/yard-editor" -> "@kie-tools/i18n-common-dictionary" [ style = "solid", color = "blue" ];
  "@kie-tools/yard-editor" -> "@kie-tools/yard-language-service" [ style = "solid", color = "blue" ];
  "@kie-tools/yard-editor" -> "@kie-tools-core/webpack-base" [ style = "dashed", color = "blue" ];
  "@kie-tools/yard-editor" -> "@kie-tools/yard-validator" [ style = "dashed", color = "blue" ];
  "@kie-tools/yard-language-service" -> "@kie-tools/json-yaml-language-service" [ style = "solid", color = "blue" ];
  "@kie-tools/yard-model" -> "@kie-tools/maven-base" [ style = "solid", color = "black" ];
  "@kie-tools/yard-validator" -> "@kie-tools-core/notifications" [ style = "solid", color = "blue" ];
  "@kie-tools/yard-validator" -> "@kie-tools/yard-validator-worker" [ style = "dashed", color = "blue" ];
  "@kie-tools/yard-validator-worker" -> "@kie-tools/yard-model" [ style = "solid", color = "black" ];
  "yard-vscode-extension" -> "@kie-tools-core/vscode-extension" [ style = "solid", color = "blue" ];
  "yard-vscode-extension" -> "@kie-tools/yard-editor" [ style = "solid", color = "blue" ];
  "yard-vscode-extension" -> "@kie-tools/vscode-extension-common-test-helpers" [ style = "dashed", color = "blue" ];
  "@kie-tools-scripts/bootstrap" -> "@kie-tools-scripts/build-env" [ style = "dashed", color = "black" ];
  "@kie-tools-scripts/build-env" -> "@kie-tools/tsconfig" [ style = "dashed", color = "blue" ];
  "@kie-tools-scripts/run-script-if" -> "@kie-tools/tsconfig" [ style = "dashed", color = "blue" ];
}
